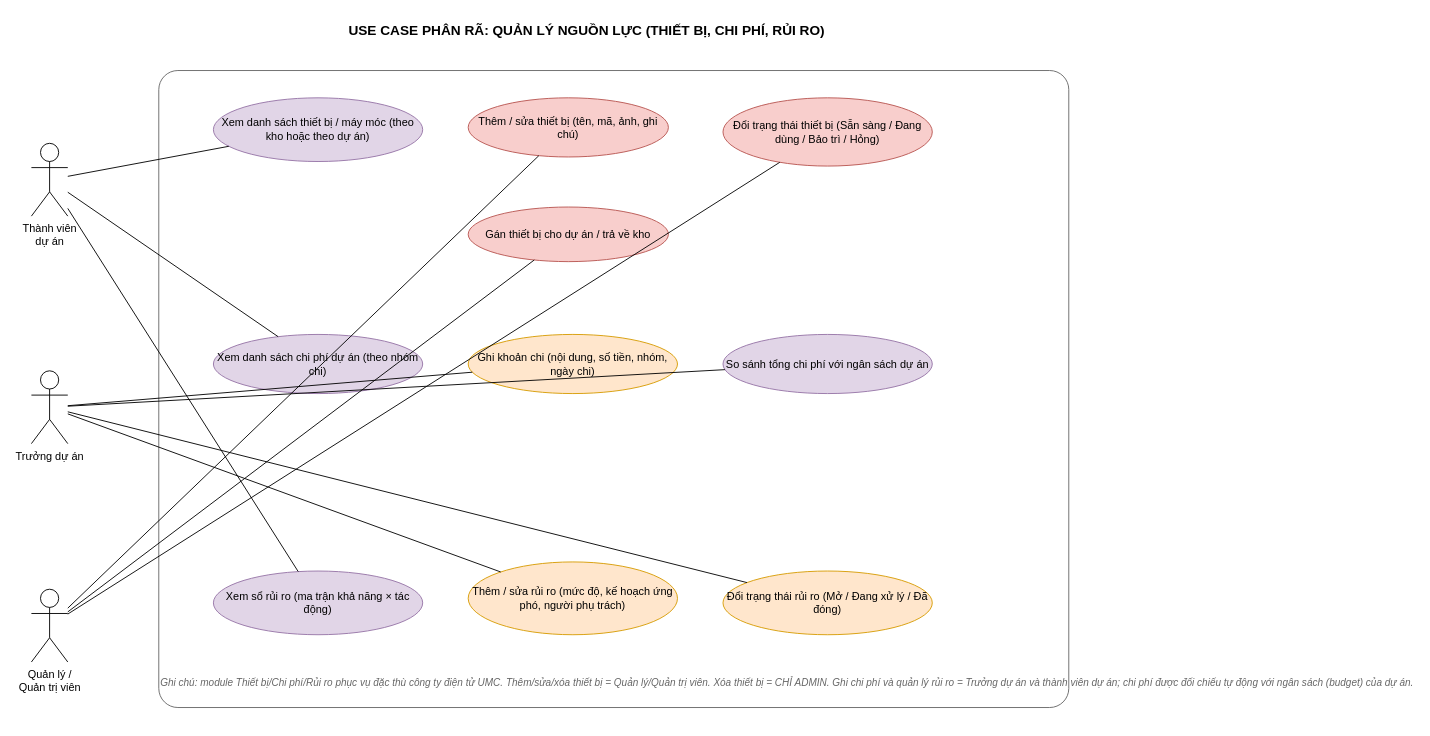
This is page "PR7 - Nguon luc dien tu" (7 of 7) of docs/diagrams/5_usecase_detail.drawio from HuuwxLoiwf/TTTN, a draw.io file, before an edit. Source tidied: cells renumbered, new cells numbered last; positions are measured from the earlier drawing's top-left corner, leaving out a move shared by most shapes. Both pictures are drawn from the tidied source at 91%, with x=0, y=0 at pixel (31, 15).
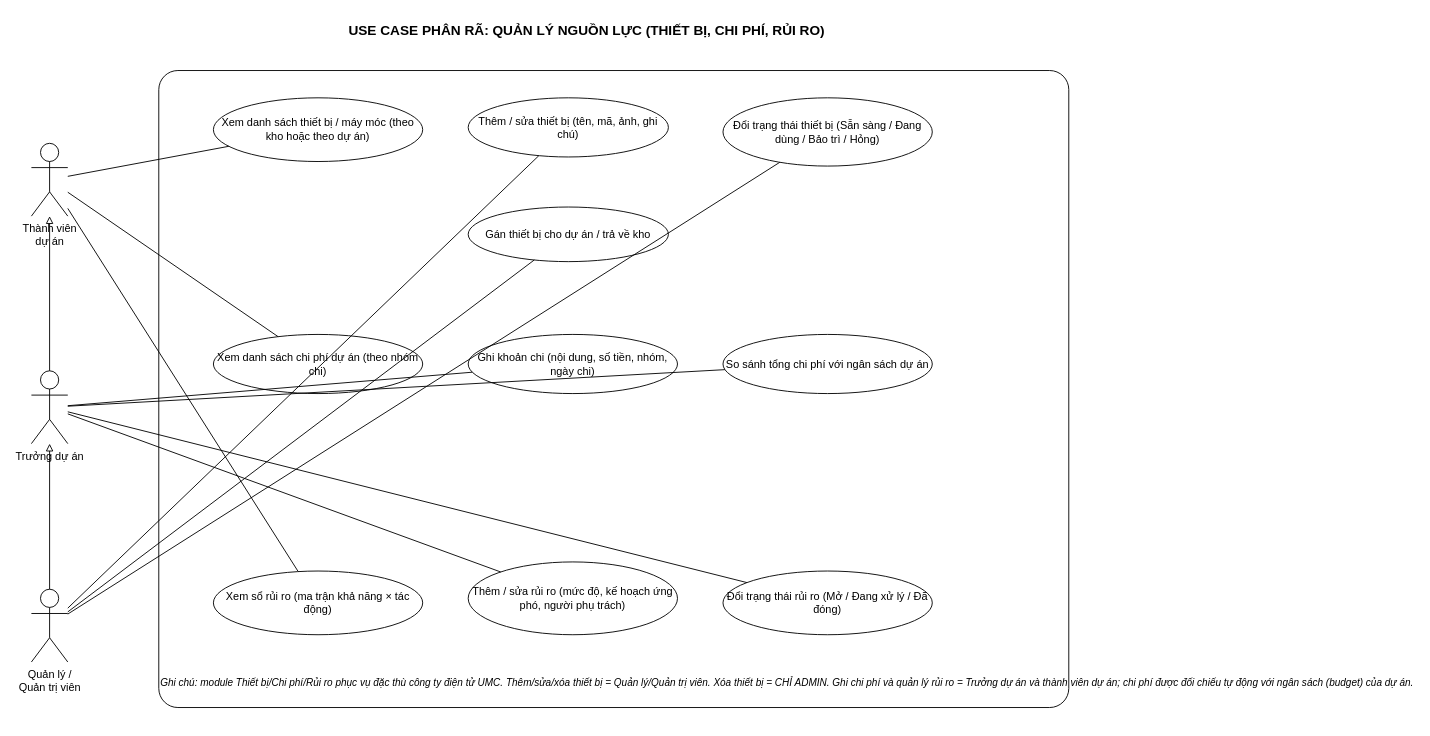
The same diagram, later.

Unchanged cells that the change refers to:
```xml
<mxCell id="3" value="Thành viên&#10;dự án" style="shape=umlActor;verticalLabelPosition=bottom;verticalAlign=top;html=1;" parent="1" vertex="1">
  <mxGeometry y="140" width="40" height="80" as="geometry" />
</mxCell>
<mxCell id="4" value="Trưởng dự án" style="shape=umlActor;verticalLabelPosition=bottom;verticalAlign=top;html=1;" parent="1" vertex="1">
  <mxGeometry y="390" width="40" height="80" as="geometry" />
</mxCell>
<mxCell id="5" value="Quản lý /&#10;Quản trị viên" style="shape=umlActor;verticalLabelPosition=bottom;verticalAlign=top;html=1;" parent="1" vertex="1">
  <mxGeometry y="630" width="40" height="80" as="geometry" />
</mxCell>
```

Change to the diagram source:
```diff
@@
-    <mxCell id="6" style="rounded=1;whiteSpace=wrap;html=1;arcSize=3;fillColor=none;strokeColor=#666666;" parent="1" vertex="1">
+    <mxCell id="6" style="rounded=1;whiteSpace=wrap;html=1;arcSize=3;fillColor=none;strokeColor=#000000;" parent="1" vertex="1">
       <mxGeometry x="140" y="60" width="1000" height="700" as="geometry" />
     </mxCell>
-    <mxCell id="7" value="Xem danh sách thiết bị / máy móc (theo kho hoặc theo dự án)" style="ellipse;whiteSpace=wrap;html=1;fillColor=#e1d5e7;strokeColor=#9673a6;" parent="1" vertex="1">
+    <mxCell id="7" value="Xem danh sách thiết bị / máy móc (theo kho hoặc theo dự án)" style="ellipse;whiteSpace=wrap;html=1;fillColor=#ffffff;strokeColor=#000000;" parent="1" vertex="1">
       <mxGeometry x="200" y="90" width="230" height="70" as="geometry" />
     </mxCell>
-    <mxCell id="8" value="Thêm / sửa thiết bị (tên, mã, ảnh, ghi chú)" style="ellipse;whiteSpace=wrap;html=1;fillColor=#f8cecc;strokeColor=#b85450;" parent="1" vertex="1">
+    <mxCell id="8" value="Thêm / sửa thiết bị (tên, mã, ảnh, ghi chú)" style="ellipse;whiteSpace=wrap;html=1;fillColor=#ffffff;strokeColor=#000000;" parent="1" vertex="1">
       <mxGeometry x="480" y="90" width="220" height="65" as="geometry" />
     </mxCell>
-    <mxCell id="9" value="Đổi trạng thái thiết bị (Sẵn sàng / Đang dùng / Bảo trì / Hỏng)" style="ellipse;whiteSpace=wrap;html=1;fillColor=#f8cecc;strokeColor=#b85450;" parent="1" vertex="1">
+    <mxCell id="9" value="Đổi trạng thái thiết bị (Sẵn sàng / Đang dùng / Bảo trì / Hỏng)" style="ellipse;whiteSpace=wrap;html=1;fillColor=#ffffff;strokeColor=#000000;" parent="1" vertex="1">
       <mxGeometry x="760" y="90" width="230" height="75" as="geometry" />
     </mxCell>
-    <mxCell id="10" value="Gán thiết bị cho dự án / trả về kho" style="ellipse;whiteSpace=wrap;html=1;fillColor=#f8cecc;strokeColor=#b85450;" parent="1" vertex="1">
+    <mxCell id="10" value="Gán thiết bị cho dự án / trả về kho" style="ellipse;whiteSpace=wrap;html=1;fillColor=#ffffff;strokeColor=#000000;" parent="1" vertex="1">
       <mxGeometry x="480" y="210" width="220" height="60" as="geometry" />
     </mxCell>
-    <mxCell id="11" value="Xem danh sách chi phí dự án (theo nhóm chi)" style="ellipse;whiteSpace=wrap;html=1;fillColor=#e1d5e7;strokeColor=#9673a6;" parent="1" vertex="1">
+    <mxCell id="11" value="Xem danh sách chi phí dự án (theo nhóm chi)" style="ellipse;whiteSpace=wrap;html=1;fillColor=#ffffff;strokeColor=#000000;" parent="1" vertex="1">
       <mxGeometry x="200" y="350" width="230" height="65" as="geometry" />
     </mxCell>
-    <mxCell id="12" value="Ghi khoản chi (nội dung, số tiền, nhóm, ngày chi)" style="ellipse;whiteSpace=wrap;html=1;fillColor=#ffe6cc;strokeColor=#d79b00;" parent="1" vertex="1">
+    <mxCell id="12" value="Ghi khoản chi (nội dung, số tiền, nhóm, ngày chi)" style="ellipse;whiteSpace=wrap;html=1;fillColor=#ffffff;strokeColor=#000000;" parent="1" vertex="1">
       <mxGeometry x="480" y="350" width="230" height="65" as="geometry" />
     </mxCell>
-    <mxCell id="13" value="So sánh tổng chi phí với ngân sách dự án" style="ellipse;whiteSpace=wrap;html=1;fillColor=#e1d5e7;strokeColor=#9673a6;" parent="1" vertex="1">
+    <mxCell id="13" value="So sánh tổng chi phí với ngân sách dự án" style="ellipse;whiteSpace=wrap;html=1;fillColor=#ffffff;strokeColor=#000000;" parent="1" vertex="1">
       <mxGeometry x="760" y="350" width="230" height="65" as="geometry" />
     </mxCell>
-    <mxCell id="14" value="Xem sổ rủi ro (ma trận khả năng × tác động)" style="ellipse;whiteSpace=wrap;html=1;fillColor=#e1d5e7;strokeColor=#9673a6;" parent="1" vertex="1">
+    <mxCell id="14" value="Xem sổ rủi ro (ma trận khả năng × tác động)" style="ellipse;whiteSpace=wrap;html=1;fillColor=#ffffff;strokeColor=#000000;" parent="1" vertex="1">
       <mxGeometry x="200" y="610" width="230" height="70" as="geometry" />
     </mxCell>
-    <mxCell id="15" value="Thêm / sửa rủi ro (mức độ, kế hoạch ứng phó, người phụ trách)" style="ellipse;whiteSpace=wrap;html=1;fillColor=#ffe6cc;strokeColor=#d79b00;" parent="1" vertex="1">
+    <mxCell id="15" value="Thêm / sửa rủi ro (mức độ, kế hoạch ứng phó, người phụ trách)" style="ellipse;whiteSpace=wrap;html=1;fillColor=#ffffff;strokeColor=#000000;" parent="1" vertex="1">
       <mxGeometry x="480" y="600" width="230" height="80" as="geometry" />
     </mxCell>
-    <mxCell id="16" value="Đổi trạng thái rủi ro (Mở / Đang xử lý / Đã đóng)" style="ellipse;whiteSpace=wrap;html=1;fillColor=#ffe6cc;strokeColor=#d79b00;" parent="1" vertex="1">
+    <mxCell id="16" value="Đổi trạng thái rủi ro (Mở / Đang xử lý / Đã đóng)" style="ellipse;whiteSpace=wrap;html=1;fillColor=#ffffff;strokeColor=#000000;" parent="1" vertex="1">
       <mxGeometry x="760" y="610" width="230" height="70" as="geometry" />
     </mxCell>
@@
-    <mxCell id="27" value="Ghi chú: module Thiết bị/Chi phí/Rủi ro phục vụ đặc thù công ty điện tử UMC. Thêm/sửa/xóa thiết bị = Quản lý/Quản trị viên. Xóa thiết bị = CHỈ ADMIN. Ghi chi phí và quản lý rủi ro = Trưởng dự án và thành viên dự án; chi phí được đối chiếu tự động với ngân sách (budget) của dự án." style="text;html=1;align=left;verticalAlign=top;fontColor=#666666;fontSize=11;fontStyle=2;" parent="1" vertex="1">
+    <mxCell id="27" value="Ghi chú: module Thiết bị/Chi phí/Rủi ro phục vụ đặc thù công ty điện tử UMC. Thêm/sửa/xóa thiết bị = Quản lý/Quản trị viên. Xóa thiết bị = CHỈ ADMIN. Ghi chi phí và quản lý rủi ro = Trưởng dự án và thành viên dự án; chi phí được đối chiếu tự động với ngân sách (budget) của dự án." style="text;html=1;align=left;verticalAlign=top;fontColor=#000000;fontSize=11;fontStyle=2;" parent="1" vertex="1">
       <mxGeometry x="140" y="720" width="1000" height="55" as="geometry" />
     </mxCell>
+    <mxCell id="28" style="endArrow=block;endFill=0;html=1;startArrow=none;" parent="1" edge="1" source="4" target="3">
+      <mxGeometry relative="1" as="geometry" />
+    </mxCell>
+    <mxCell id="29" style="endArrow=block;endFill=0;html=1;startArrow=none;" parent="1" edge="1" source="5" target="4">
+      <mxGeometry relative="1" as="geometry" />
+    </mxCell>
```
